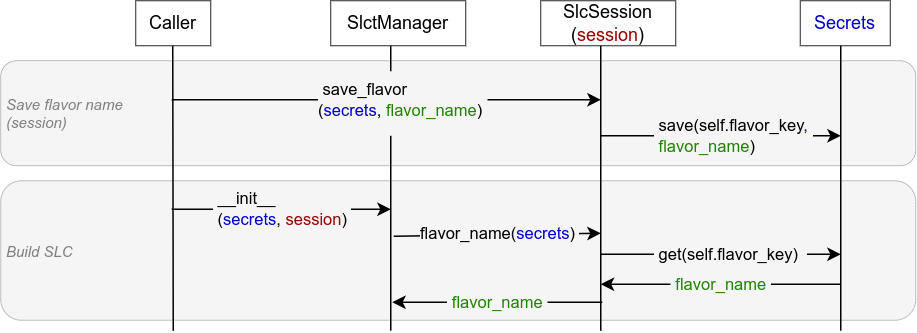
Above: doc/user_guide/slct-manager-parameters.drawio.png in exasol/notebook-connector (draw.io), before the change. Source tidied: cells renumbered, new cells last; positions are measured from the earlier drawing's top-left corner, leaving out a move shared by most shapes.
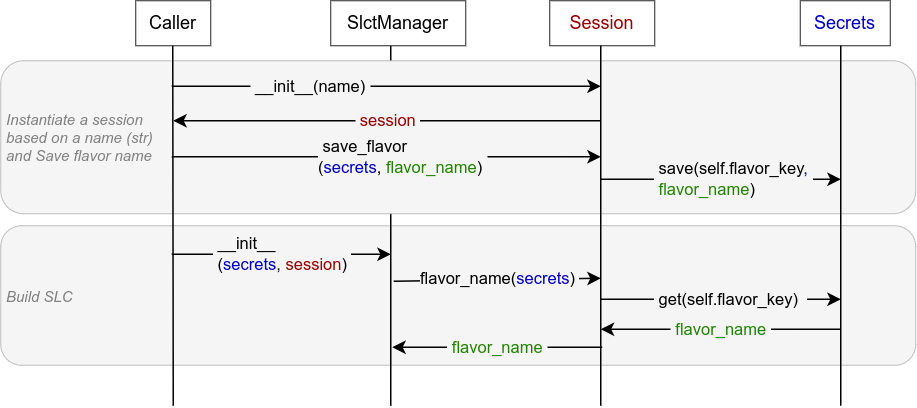
After the change.

Commit message:
Updated figure based on review finding

The edit, as a diff of the source:
```diff
@@ -3,23 +3,20 @@
     <mxCell id="0" />
     <mxCell id="1" parent="0" />
     <mxCell id="2" value="Build SLC" style="rounded=1;whiteSpace=wrap;html=1;fillColor=#F5F5F5;fontColor=#808080;strokeColor=#AAAAAA;strokeWidth=0.5;align=left;verticalAlign=middle;spacingLeft=2;fontFamily=Helvetica;fontSize=10;fontStyle=2;" parent="1" vertex="1">
-      <mxGeometry y="120" width="610" height="93" as="geometry" />
+      <mxGeometry y="150" width="610" height="93" as="geometry" />
     </mxCell>
-    <mxCell id="3" value="Save flavor name&lt;br&gt;(session)" style="rounded=1;whiteSpace=wrap;html=1;fillColor=#F5F5F5;fontColor=#808080;strokeColor=#AAAAAA;strokeWidth=0.5;align=left;spacingLeft=2;fontStyle=2;fontSize=10;" parent="1" vertex="1">
-      <mxGeometry y="40" width="610" height="70" as="geometry" />
-    </mxCell>
     <mxCell id="4" style="endArrow=none;html=1;rounded=0;" parent="1" edge="1">
       <mxGeometry relative="1" as="geometry">
-        <mxPoint x="260" y="220" as="sourcePoint" />
+        <mxPoint x="260" y="270" as="sourcePoint" />
         <mxPoint x="260" y="30" as="targetPoint" />
       </mxGeometry>
     </mxCell>
-    <mxCell id="5" style="rounded=0;whiteSpace=wrap;html=1;strokeColor=none;fillColor=#F5F5F5;" parent="1" vertex="1">
-      <mxGeometry x="240" y="47" width="40" height="43" as="geometry" />
-    </mxCell>
+    <mxCell id="20" value="Instantiate a session&amp;nbsp;&lt;br&gt;based on a name (str)&lt;br&gt;and Save flavor name" style="rounded=1;whiteSpace=wrap;html=1;fillColor=#F5F5F5;fontColor=#808080;strokeColor=#AAAAAA;strokeWidth=0.5;align=left;spacingLeft=2;fontStyle=2;fontSize=10;" parent="1" vertex="1">
+      <mxGeometry y="40" width="610" height="102" as="geometry" />
+    </mxCell>
     <mxCell id="6" style="endArrow=none;html=1;rounded=0;" parent="1" edge="1">
       <mxGeometry relative="1" as="geometry">
-        <mxPoint x="115" y="220" as="sourcePoint" />
+        <mxPoint x="115" y="270" as="sourcePoint" />
         <mxPoint x="114.7" y="30" as="targetPoint" />
       </mxGeometry>
     </mxCell>
@@ -34,60 +31,72 @@
     </mxCell>
     <mxCell id="10" style="endArrow=none;html=1;rounded=0;" parent="1" edge="1">
       <mxGeometry relative="1" as="geometry">
-        <mxPoint x="560" y="220" as="sourcePoint" />
+        <mxPoint x="560" y="270" as="sourcePoint" />
         <mxPoint x="560" y="30" as="targetPoint" />
       </mxGeometry>
     </mxCell>
     <mxCell id="11" value="flavor_name(&lt;font style=&quot;color: rgb(0, 0, 204);&quot;&gt;secrets&lt;/font&gt;)&amp;nbsp;" style="endArrow=classic;html=1;rounded=0;align=left;labelBackgroundColor=#F5F5F5;" parent="1" edge="1">
       <mxGeometry x="-0.76" y="2" relative="1" as="geometry">
-        <mxPoint x="262" y="157" as="sourcePoint" />
-        <mxPoint x="400" y="155" as="targetPoint" />
+        <mxPoint x="262" y="187" as="sourcePoint" />
+        <mxPoint x="400" y="185" as="targetPoint" />
       </mxGeometry>
     </mxCell>
     <mxCell id="12" value="&lt;span style=&quot;color: rgb(34, 131, 3); text-align: left;&quot;&gt;&amp;nbsp;flavor_name&amp;nbsp;&lt;/span&gt;" style="endArrow=classic;html=1;rounded=0;labelBackgroundColor=#F5F5F5;" parent="1" edge="1">
       <mxGeometry relative="1" as="geometry">
-        <mxPoint x="401" y="201" as="sourcePoint" />
-        <mxPoint x="261" y="201" as="targetPoint" />
+        <mxPoint x="401" y="231" as="sourcePoint" />
+        <mxPoint x="261" y="231" as="targetPoint" />
       </mxGeometry>
     </mxCell>
-    <mxCell id="13" value="&amp;nbsp;save_flavor&lt;br&gt;(&lt;font style=&quot;color: rgb(0, 0, 204);&quot;&gt;secrets&lt;/font&gt;, &lt;font style=&quot;color: rgb(34, 131, 3);&quot;&gt;flavor_name&lt;/font&gt;)&amp;nbsp;" style="endArrow=classic;html=1;rounded=0;align=left;labelBackgroundColor=#F5F5F5;" parent="1" edge="1">
-      <mxGeometry x="-0.33" relative="1" as="geometry">
-        <mxPoint x="114" y="66" as="sourcePoint" />
-        <mxPoint x="400" y="66" as="targetPoint" />
-      </mxGeometry>
-    </mxCell>
-    <mxCell id="14" value="SlcSession&lt;br&gt;(&lt;font style=&quot;color: rgb(153, 0, 0);&quot;&gt;session&lt;/font&gt;)" style="rounded=0;whiteSpace=wrap;html=1;strokeWidth=0.5;fontFamily=Helvetica;" parent="1" vertex="1">
-      <mxGeometry x="360" width="90" height="30" as="geometry" />
+    <mxCell id="14" value="&lt;font color=&quot;#990000&quot;&gt;Session&lt;/font&gt;" style="rounded=0;whiteSpace=wrap;html=1;strokeWidth=0.5;fontFamily=Helvetica;" parent="1" vertex="1">
+      <mxGeometry x="366" width="70" height="30" as="geometry" />
     </mxCell>
     <mxCell id="15" style="endArrow=none;html=1;rounded=0;" parent="1" edge="1">
       <mxGeometry relative="1" as="geometry">
-        <mxPoint x="400" y="220" as="sourcePoint" />
+        <mxPoint x="400" y="270" as="sourcePoint" />
         <mxPoint x="400" y="30" as="targetPoint" />
       </mxGeometry>
     </mxCell>
     <mxCell id="16" value="&amp;nbsp;save(self.flavor_key&lt;font color=&quot;#0000cc&quot;&gt;,&amp;nbsp;&lt;br&gt;&lt;/font&gt;&amp;nbsp;&lt;font style=&quot;color: rgb(34, 131, 3);&quot;&gt;flavor_name&lt;/font&gt;)&amp;nbsp;" style="endArrow=classic;html=1;rounded=0;align=left;labelBackgroundColor=#F5F5F5;" parent="1" edge="1">
       <mxGeometry x="-0.58" relative="1" as="geometry">
-        <mxPoint x="400" y="90" as="sourcePoint" />
-        <mxPoint x="560" y="90" as="targetPoint" />
+        <mxPoint x="400" y="119" as="sourcePoint" />
+        <mxPoint x="560" y="119" as="targetPoint" />
       </mxGeometry>
     </mxCell>
     <mxCell id="17" value="&amp;nbsp;get(self.flavor_key)&amp;nbsp;&amp;nbsp;" style="endArrow=classic;html=1;rounded=0;align=left;labelBackgroundColor=#F5F5F5;" parent="1" edge="1">
       <mxGeometry x="-0.58" relative="1" as="geometry">
-        <mxPoint x="400" y="169" as="sourcePoint" />
-        <mxPoint x="560" y="169" as="targetPoint" />
+        <mxPoint x="400" y="199" as="sourcePoint" />
+        <mxPoint x="560" y="199" as="targetPoint" />
       </mxGeometry>
     </mxCell>
     <mxCell id="18" value="&amp;nbsp;&lt;span style=&quot;color: rgb(34, 131, 3); text-align: left;&quot;&gt;flavor_name&lt;/span&gt;&amp;nbsp;" style="endArrow=classic;html=1;rounded=0;labelBackgroundColor=#F5F5F5;" parent="1" edge="1">
       <mxGeometry relative="1" as="geometry">
-        <mxPoint x="560" y="189" as="sourcePoint" />
-        <mxPoint x="400" y="189" as="targetPoint" />
+        <mxPoint x="560" y="219" as="sourcePoint" />
+        <mxPoint x="400" y="219" as="targetPoint" />
       </mxGeometry>
     </mxCell>
     <mxCell id="19" value="&lt;span style=&quot;&quot;&gt;&amp;nbsp;__init__&lt;br&gt;&amp;nbsp;(&lt;font style=&quot;color: rgb(0, 0, 204);&quot;&gt;secrets&lt;/font&gt;,&amp;nbsp;&lt;/span&gt;&lt;font style=&quot;color: rgb(153, 0, 0);&quot;&gt;session&lt;/font&gt;&lt;span style=&quot;&quot;&gt;)&amp;nbsp;&lt;/span&gt;" style="endArrow=classic;html=1;rounded=0;align=left;labelBackgroundColor=#F5F5F5;" parent="1" edge="1">
       <mxGeometry x="-0.64" relative="1" as="geometry">
-        <mxPoint x="114" y="139" as="sourcePoint" />
-        <mxPoint x="260" y="139" as="targetPoint" />
+        <mxPoint x="114" y="169" as="sourcePoint" />
+        <mxPoint x="260" y="169" as="targetPoint" />
       </mxGeometry>
     </mxCell>
+    <mxCell id="21" value="&amp;nbsp;__init__(&lt;font style=&quot;color: rgb(0, 0, 0);&quot;&gt;name&lt;/font&gt;)&amp;nbsp;" style="endArrow=classic;html=1;rounded=0;align=left;labelBackgroundColor=#F5F5F5;" parent="1" edge="1">
+      <mxGeometry x="-0.64" relative="1" as="geometry">
+        <mxPoint x="114" y="57" as="sourcePoint" />
+        <mxPoint x="400" y="57" as="targetPoint" />
+      </mxGeometry>
+    </mxCell>
+    <mxCell id="22" value="&lt;span style=&quot;color: rgb(34, 131, 3); text-align: left;&quot;&gt;&amp;nbsp;&lt;/span&gt;&lt;span style=&quot;text-align: left; color: rgb(34, 131, 3);&quot;&gt;&lt;font style=&quot;color: rgb(153, 0, 0);&quot;&gt;session&amp;nbsp;&lt;/font&gt;&lt;/span&gt;" style="endArrow=classic;html=1;rounded=0;labelBackgroundColor=#F5F5F5;" parent="1" edge="1">
+      <mxGeometry relative="1" as="geometry">
+        <mxPoint x="400" y="80" as="sourcePoint" />
+        <mxPoint x="115" y="80" as="targetPoint" />
+      </mxGeometry>
+    </mxCell>
+    <mxCell id="13" value="&amp;nbsp;save_flavor&lt;br&gt;(&lt;font style=&quot;color: rgb(0, 0, 204);&quot;&gt;secrets&lt;/font&gt;, &lt;font style=&quot;color: rgb(34, 131, 3);&quot;&gt;flavor_name&lt;/font&gt;)&amp;nbsp;" style="endArrow=classic;html=1;rounded=0;align=left;labelBackgroundColor=#F5F5F5;" parent="1" edge="1">
+      <mxGeometry x="-0.33" relative="1" as="geometry">
+        <mxPoint x="114" y="104" as="sourcePoint" />
+        <mxPoint x="400" y="104" as="targetPoint" />
+      </mxGeometry>
+    </mxCell>
   </root>
 </mxGraphModel>
```
